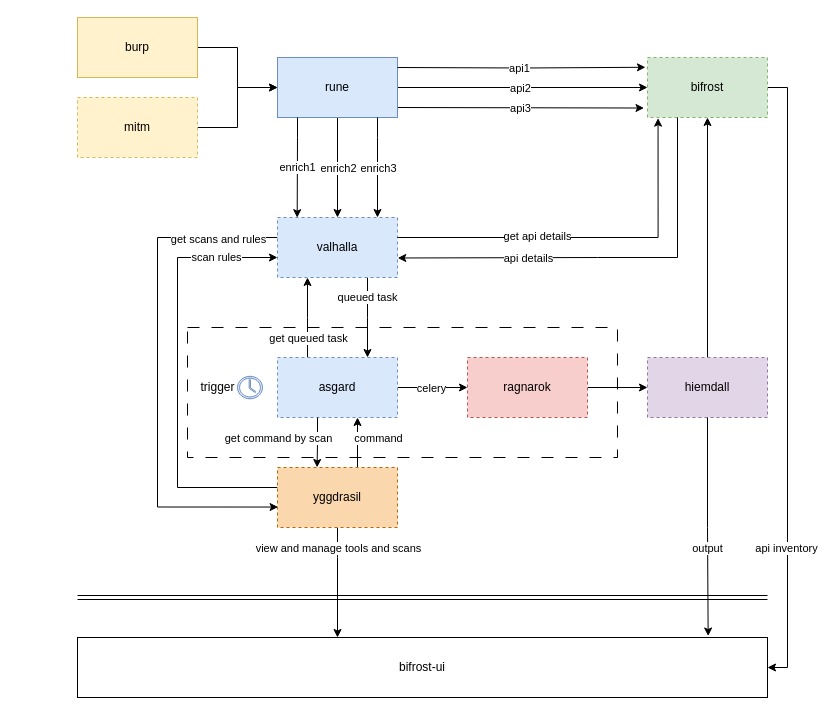
The draw.io diagram page "arch" (2 of 11) of scanning_engine.drawio in abhijitacharya793/bolt, before the edit. Source tidied: cells renumbered, new cells numbered last; positions are measured from the earlier drawing's top-left corner, leaving out a move shared by most shapes. Both pictures are drawn from the tidied source at 100%, with x=0, y=0 at pixel (77, 17).
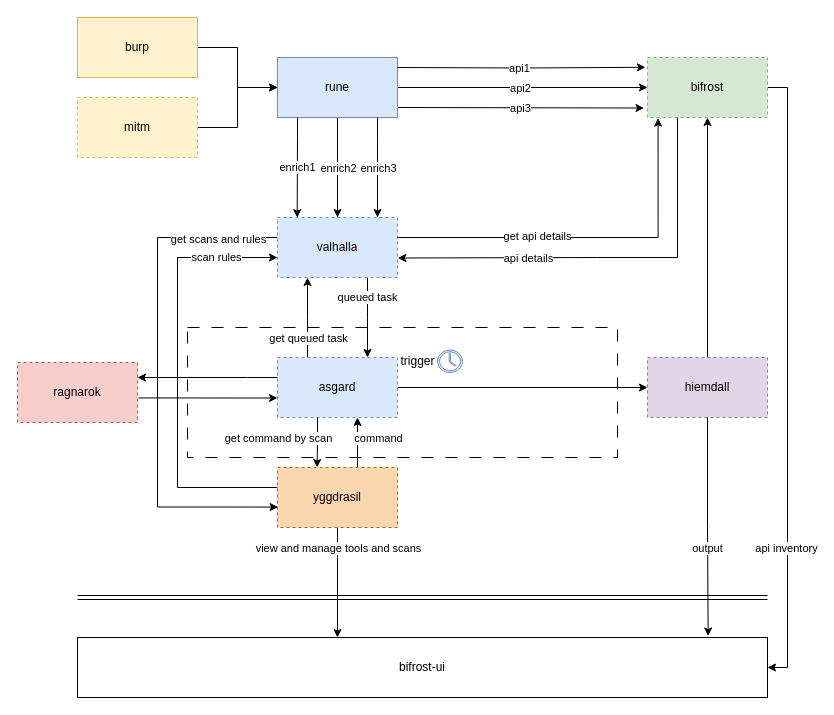
The same page after the edit.

Unchanged cells that the change refers to:
```xml
<mxCell id="36" value="asgard" style="rounded=0;whiteSpace=wrap;html=1;fillColor=#dae8fc;strokeColor=#6c8ebf;dashed=1;" parent="1" vertex="1">
  <mxGeometry x="200" y="340" width="120" height="60" as="geometry" />
</mxCell>
<mxCell id="44" value="hiemdall" style="rounded=0;whiteSpace=wrap;html=1;fillColor=#e1d5e7;strokeColor=#9673a6;dashed=1;" parent="1" vertex="1">
  <mxGeometry x="570" y="340" width="120" height="60" as="geometry" />
</mxCell>
```

The edit, as a diff of the source:
```diff
@@
-    <mxCell id="34" style="edgeStyle=orthogonalEdgeStyle;rounded=0;jettySize=auto;html=1;" parent="1" edge="1" source="36" target="42">
-      <mxGeometry relative="1" as="geometry" />
-    </mxCell>
-    <mxCell id="35" value="celery" style="edgeLabel;html=1;align=center;verticalAlign=middle;" parent="34" vertex="1">
-      <mxGeometry x="-0.06" y="-1" relative="1" as="geometry">
-        <mxPoint y="-1" as="offset" />
-      </mxGeometry>
-    </mxCell>
+    <mxCell id="56" style="edgeStyle=orthogonalEdgeStyle;rounded=0;jettySize=auto;html=1;" parent="1" edge="1" source="36" target="44">
+      <mxGeometry relative="1" as="geometry" />
+    </mxCell>
@@
     <mxCell id="37" style="sketch=0;shadow=0;dashed=0;html=1;strokeColor=#6c8ebf;fillColor=#dae8fc;labelPosition=center;verticalLabelPosition=bottom;verticalAlign=top;align=center;shape=mxgraph.office.concepts.clock;" parent="1" vertex="1">
-      <mxGeometry x="160" y="358.8" width="25" height="22.5" as="geometry" />
+      <mxGeometry x="360" y="332.5" width="25" height="22.5" as="geometry" />
     </mxCell>
     <mxCell id="38" value="trigger" style="text;html=1;align=center;verticalAlign=middle;strokeColor=none;fillColor=none;" parent="1" vertex="1">
-      <mxGeometry x="110" y="355" width="60" height="30" as="geometry" />
+      <mxGeometry x="310" y="328.8" width="60" height="30" as="geometry" />
     </mxCell>
-    <mxCell id="39" style="edgeStyle=orthogonalEdgeStyle;rounded=0;jettySize=auto;html=1;" parent="1" edge="1" source="42" target="44">
-      <mxGeometry relative="1" as="geometry" />
-    </mxCell>
@@
+    <mxCell id="57" style="edgeStyle=orthogonalEdgeStyle;rounded=0;jettySize=auto;html=1;exitX=1.009;exitY=0.591;exitDx=0;exitDy=0;exitPerimeter=0;" parent="1" edge="1" source="42" target="36">
+      <mxGeometry relative="1" as="geometry">
+        <Array as="points">
+          <mxPoint x="160" y="380" />
+          <mxPoint x="160" y="380" />
+        </Array>
+      </mxGeometry>
+    </mxCell>
     <mxCell id="42" value="ragnarok" style="rounded=0;whiteSpace=wrap;html=1;fillColor=#f8cecc;strokeColor=#b85450;dashed=1;" parent="1" vertex="1">
-      <mxGeometry x="390" y="340" width="120" height="60" as="geometry" />
+      <mxGeometry x="-60" y="345" width="120" height="60" as="geometry" />
     </mxCell>
@@
+    <mxCell id="34" style="edgeStyle=orthogonalEdgeStyle;rounded=0;jettySize=auto;html=1;entryX=1;entryY=0.25;entryDx=0;entryDy=0;" parent="1" edge="1" source="36" target="42">
+      <mxGeometry relative="1" as="geometry">
+        <Array as="points">
+          <mxPoint x="170" y="360" />
+          <mxPoint x="170" y="360" />
+        </Array>
+      </mxGeometry>
+    </mxCell>
```
